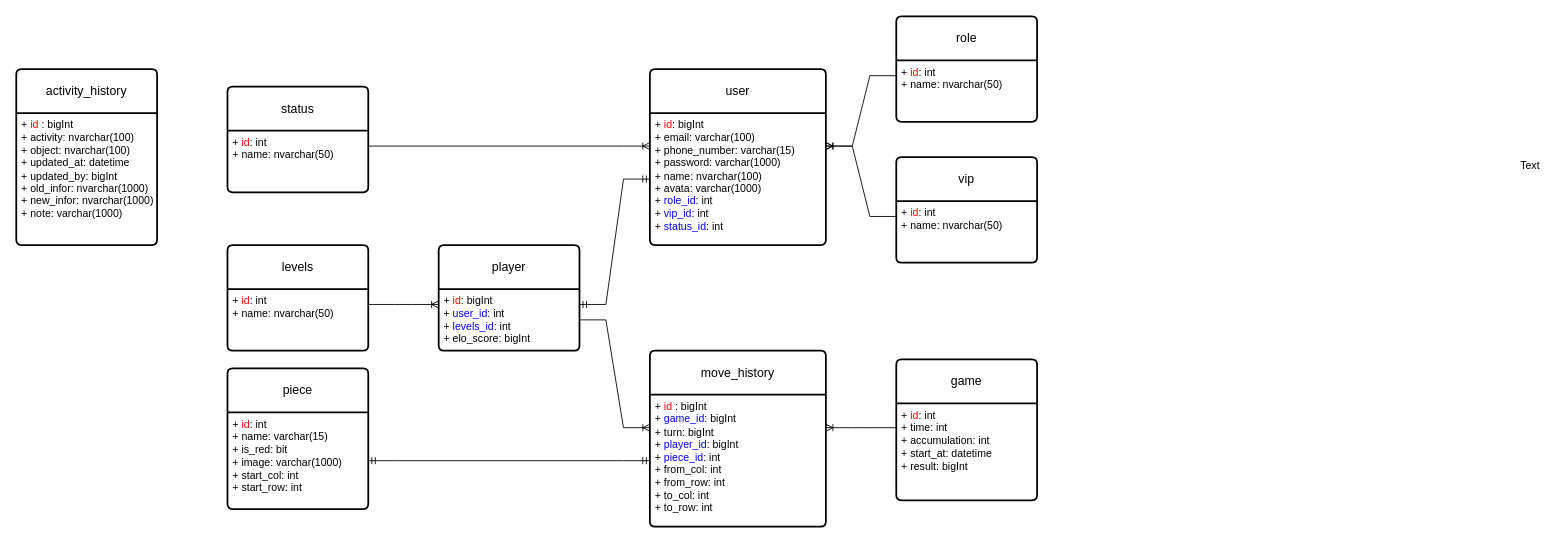
Above: diagram/Untitled Diagram.drawio in vansi1804/ChineseChess (draw.io), before the change. Source tidied: cells renumbered, new cells numbered last; positions are measured from the earlier drawing's top-left corner, leaving out a move shared by most shapes. Both pictures are drawn from the tidied source at 88%, with x=0, y=0 at pixel (16, 16).
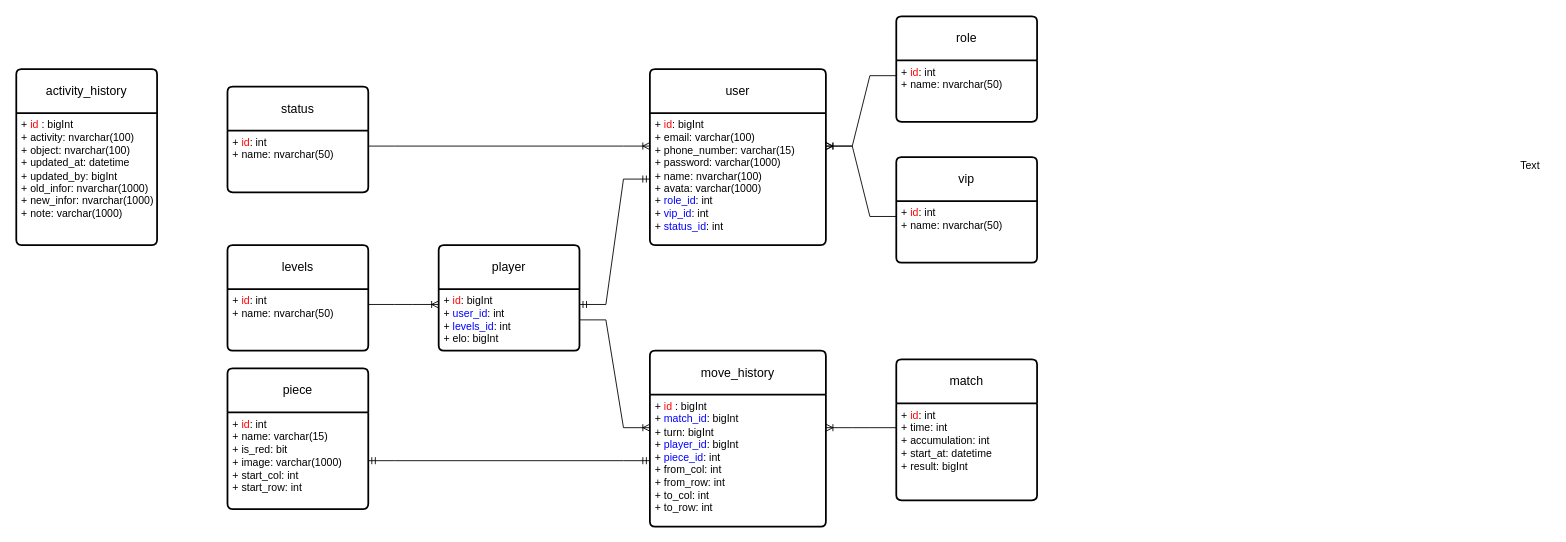
After the change.

The change refers to these unchanged cells:
```xml
<mxCell id="4" value="player" style="swimlane;horizontal=1;startSize=50;rounded=1;fontSize=14;fontStyle=0;strokeWidth=2;shadow=0;dashed=0;align=center;arcSize=4;whiteSpace=wrap;html=1;" parent="1" vertex="1">
  <mxGeometry x="480" y="260" width="160" height="120" as="geometry" />
</mxCell>
<mxCell id="14" value="move_history" style="swimlane;horizontal=1;startSize=50;rounded=1;fontSize=14;fontStyle=0;strokeWidth=2;shadow=0;dashed=0;align=center;arcSize=4;whiteSpace=wrap;html=1;" parent="1" vertex="1">
  <mxGeometry x="720" y="380" width="200" height="200" as="geometry" />
</mxCell>
```

What changed in the source:
```diff
@@
-    <mxCell id="5" value="+ &lt;font color=&quot;#ff0000&quot;&gt;id&lt;/font&gt;: bigInt&amp;nbsp; &amp;nbsp; &amp;nbsp; &amp;nbsp; &amp;nbsp; &amp;nbsp; &amp;nbsp; &amp;nbsp; &amp;nbsp; &amp;nbsp; &amp;nbsp;&amp;nbsp;&lt;br style=&quot;border-color: var(--border-color);&quot;&gt;+ &lt;font color=&quot;#0000ff&quot;&gt;user_id&lt;/font&gt;: int&amp;nbsp;&lt;br style=&quot;border-color: var(--border-color);&quot;&gt;+&amp;nbsp;&lt;font style=&quot;border-color: var(--border-color);&quot; color=&quot;#0000ff&quot;&gt;levels_id&lt;/font&gt;: int&amp;nbsp; &amp;nbsp;&lt;br&gt;+ elo_score: bigInt&amp;nbsp; &amp;nbsp; &amp;nbsp; &amp;nbsp; &amp;nbsp; &amp;nbsp; &amp;nbsp; &amp;nbsp;&amp;nbsp;" style="align=left;strokeColor=none;fillColor=none;spacingLeft=4;fontSize=12;verticalAlign=top;html=1;" parent="4" vertex="1">
+    <mxCell id="5" value="+ &lt;font color=&quot;#ff0000&quot;&gt;id&lt;/font&gt;: bigInt&amp;nbsp; &amp;nbsp; &amp;nbsp; &amp;nbsp; &amp;nbsp; &amp;nbsp; &amp;nbsp; &amp;nbsp; &amp;nbsp; &amp;nbsp; &amp;nbsp;&amp;nbsp;&lt;br style=&quot;border-color: var(--border-color);&quot;&gt;+ &lt;font color=&quot;#0000ff&quot;&gt;user_id&lt;/font&gt;: int&amp;nbsp;&lt;br style=&quot;border-color: var(--border-color);&quot;&gt;+&amp;nbsp;&lt;font style=&quot;border-color: var(--border-color);&quot; color=&quot;#0000ff&quot;&gt;levels_id&lt;/font&gt;: int&amp;nbsp; &amp;nbsp;&lt;br&gt;+ elo: bigInt&amp;nbsp; &amp;nbsp; &amp;nbsp; &amp;nbsp; &amp;nbsp; &amp;nbsp; &amp;nbsp; &amp;nbsp;&amp;nbsp;" style="align=left;strokeColor=none;fillColor=none;spacingLeft=4;fontSize=12;verticalAlign=top;html=1;" parent="4" vertex="1">
       <mxGeometry y="50" width="160" height="70" as="geometry" />
     </mxCell>
@@
-    <mxCell id="10" value="game" style="swimlane;horizontal=1;startSize=50;rounded=1;fontSize=14;fontStyle=0;strokeWidth=2;shadow=0;dashed=0;align=center;arcSize=4;whiteSpace=wrap;html=1;" parent="1" vertex="1">
+    <mxCell id="10" value="match" style="swimlane;horizontal=1;startSize=50;rounded=1;fontSize=14;fontStyle=0;strokeWidth=2;shadow=0;dashed=0;align=center;arcSize=4;whiteSpace=wrap;html=1;" parent="1" vertex="1">
       <mxGeometry x="1000" y="390" width="160" height="160" as="geometry" />
     </mxCell>
@@
-    <mxCell id="15" value="+ &lt;font color=&quot;#ff0000&quot;&gt;id &lt;/font&gt;: bigInt&amp;nbsp; &amp;nbsp; &amp;nbsp; &amp;nbsp; &amp;nbsp; &amp;nbsp; &amp;nbsp; &amp;nbsp;&amp;nbsp;&lt;br&gt;+ &lt;font color=&quot;#0000ff&quot;&gt;game_id&lt;/font&gt;: bigInt&amp;nbsp; &amp;nbsp; &amp;nbsp;&amp;nbsp;&lt;br&gt;+ turn: bigInt&amp;nbsp; &amp;nbsp; &amp;nbsp;&amp;nbsp;&lt;br&gt;+ &lt;font color=&quot;#0000ff&quot;&gt;player_id&lt;/font&gt;: bigInt&amp;nbsp; &amp;nbsp; &amp;nbsp;&lt;br&gt;+ &lt;font color=&quot;#0000ff&quot;&gt;piece_id&lt;/font&gt;: int&amp;nbsp; &amp;nbsp; &amp;nbsp; &amp;nbsp; &amp;nbsp; &amp;nbsp;&lt;br&gt;+ from_col: int&lt;br&gt;+ from_row: int&lt;br&gt;+ to_col: int&lt;br&gt;+ to_row: int" style="align=left;strokeColor=none;fillColor=none;spacingLeft=4;fontSize=12;verticalAlign=top;html=1;" parent="14" vertex="1">
+    <mxCell id="15" value="+ &lt;font color=&quot;#ff0000&quot;&gt;id &lt;/font&gt;: bigInt&amp;nbsp; &amp;nbsp; &amp;nbsp; &amp;nbsp; &amp;nbsp; &amp;nbsp; &amp;nbsp; &amp;nbsp;&amp;nbsp;&lt;br&gt;+ &lt;font color=&quot;#0000ff&quot;&gt;match_id&lt;/font&gt;: bigInt&amp;nbsp; &amp;nbsp; &amp;nbsp;&amp;nbsp;&lt;br&gt;+ turn: bigInt&amp;nbsp; &amp;nbsp; &amp;nbsp;&amp;nbsp;&lt;br&gt;+ &lt;font color=&quot;#0000ff&quot;&gt;player_id&lt;/font&gt;: bigInt&amp;nbsp; &amp;nbsp; &amp;nbsp;&lt;br&gt;+ &lt;font color=&quot;#0000ff&quot;&gt;piece_id&lt;/font&gt;: int&amp;nbsp; &amp;nbsp; &amp;nbsp; &amp;nbsp; &amp;nbsp; &amp;nbsp;&lt;br&gt;+ from_col: int&lt;br&gt;+ from_row: int&lt;br&gt;+ to_col: int&lt;br&gt;+ to_row: int" style="align=left;strokeColor=none;fillColor=none;spacingLeft=4;fontSize=12;verticalAlign=top;html=1;" parent="14" vertex="1">
       <mxGeometry y="50" width="200" height="150" as="geometry" />
     </mxCell>
```
